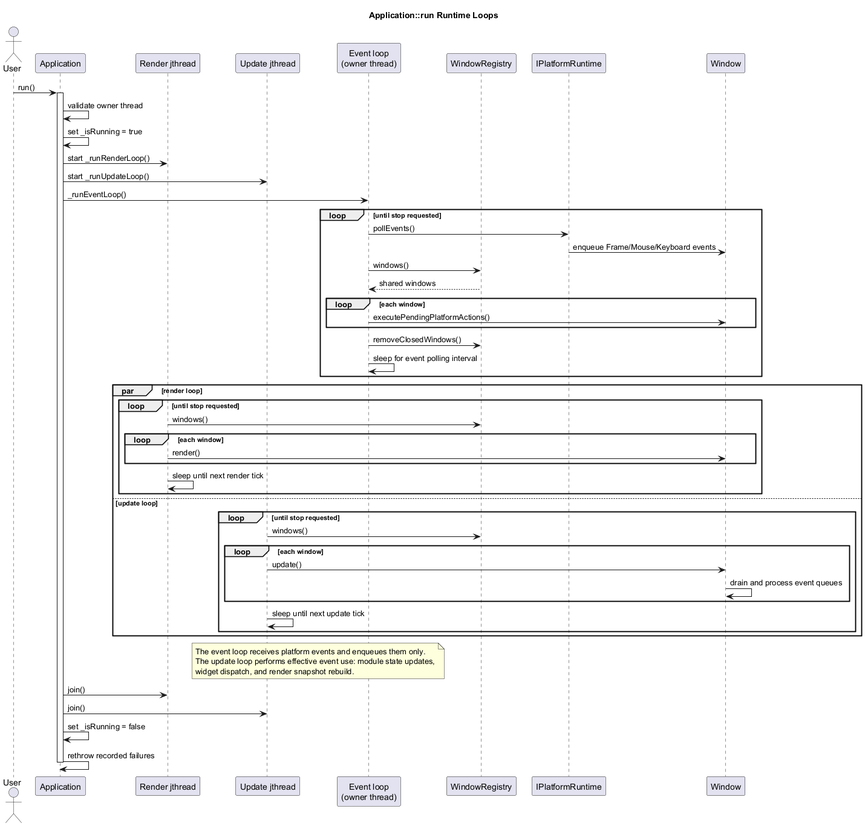
This is documentation/architecture/diagrams/application-run-sequence.png from Hyarius/Sparkle, a PlantUML export, as it was before one commit.
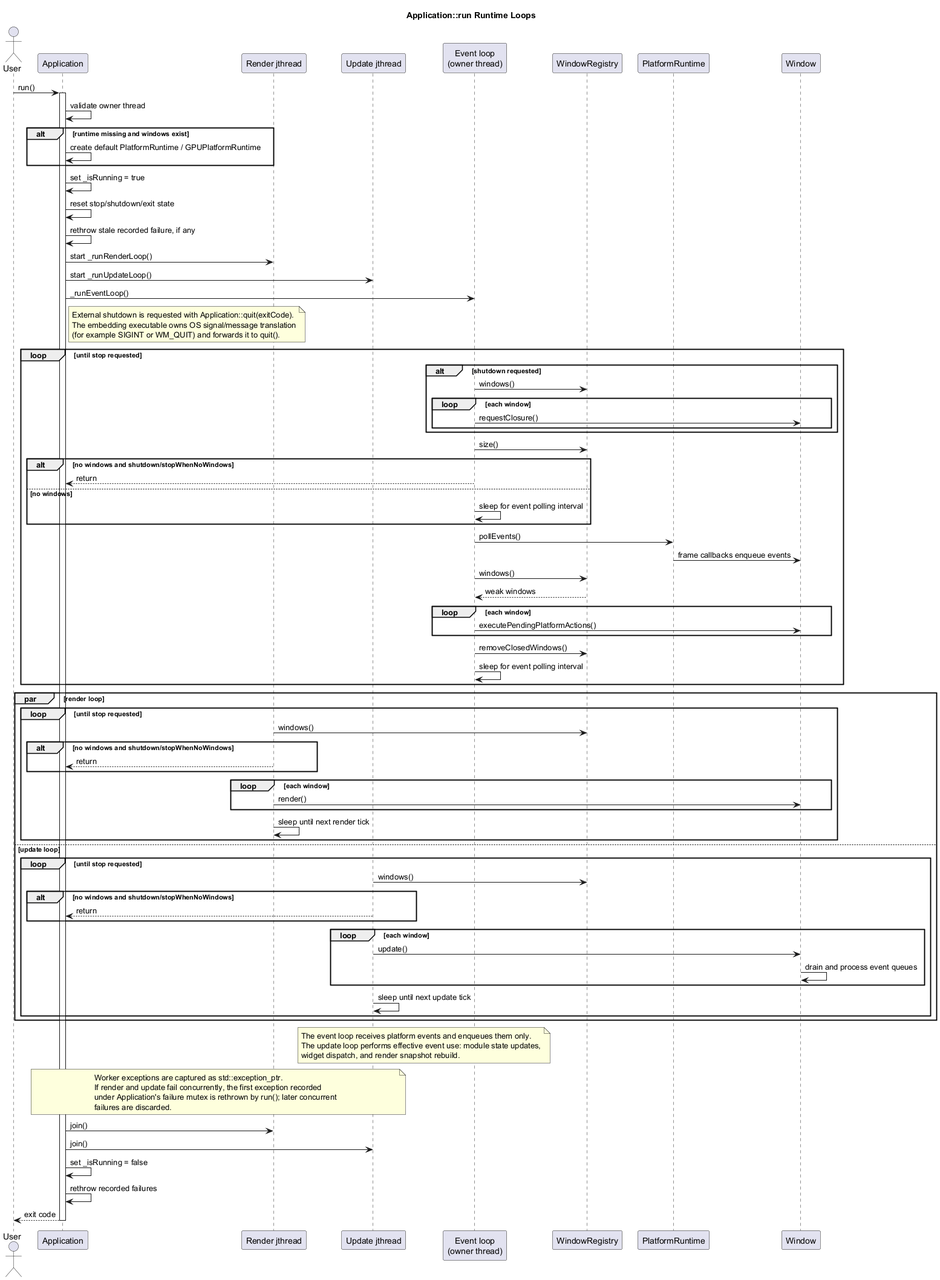
Later version of the same file.

Change to the diagram source:
```diff
@@ -9,22 +9,45 @@
 participant "Update jthread" as UpdateThread
 participant "Event loop\n(owner thread)" as EventLoop
 participant "WindowRegistry" as Registry
-participant "IPlatformRuntime" as Platform
+participant "PlatformRuntime" as Platform
 participant "Window" as Window
 
 User -> App : run()
 activate App
 App -> App : validate owner thread
+alt runtime missing and windows exist
+	App -> App : create default PlatformRuntime / GPUPlatformRuntime
+end
 App -> App : set _isRunning = true
+App -> App : reset stop/shutdown/exit state
+App -> App : rethrow stale recorded failure, if any
 App -> RenderThread : start _runRenderLoop()
 App -> UpdateThread : start _runUpdateLoop()
 App -> EventLoop : _runEventLoop()
 
+note right of App
+External shutdown is requested with Application::quit(exitCode).
+The embedding executable owns OS signal/message translation
+(for example SIGINT or WM_QUIT) and forwards it to quit().
+end note
+
 loop until stop requested
+	alt shutdown requested
+		EventLoop -> Registry : windows()
+		loop each window
+			EventLoop -> Window : requestClosure()
+		end
+	end
+	EventLoop -> Registry : size()
+	alt no windows and shutdown/stopWhenNoWindows
+		EventLoop --> App : return
+	else no windows
+		EventLoop -> EventLoop : sleep for event polling interval
+	end
 	EventLoop -> Platform : pollEvents()
-	Platform -> Window : enqueue Frame/Mouse/Keyboard events
+	Platform -> Window : frame callbacks enqueue events
 	EventLoop -> Registry : windows()
-	Registry --> EventLoop : shared windows
+	Registry --> EventLoop : weak windows
 	loop each window
 		EventLoop -> Window : executePendingPlatformActions()
 	end
@@ -35,6 +58,9 @@
 par render loop
 	loop until stop requested
 		RenderThread -> Registry : windows()
+		alt no windows and shutdown/stopWhenNoWindows
+			RenderThread --> App : return
+		end
 		loop each window
 			RenderThread -> Window : render()
 		end
@@ -43,6 +69,9 @@
 else update loop
 	loop until stop requested
 		UpdateThread -> Registry : windows()
+		alt no windows and shutdown/stopWhenNoWindows
+			UpdateThread --> App : return
+		end
 		loop each window
 			UpdateThread -> Window : update()
 			Window -> Window : drain and process event queues
@@ -57,10 +86,18 @@
 widget dispatch, and render snapshot rebuild.
 end note
 
+note over App,UpdateThread
+Worker exceptions are captured as std::exception_ptr.
+If render and update fail concurrently, the first exception recorded
+under Application's failure mutex is rethrown by run(); later concurrent
+failures are discarded.
+end note
+
 App -> RenderThread : join()
 App -> UpdateThread : join()
 App -> App : set _isRunning = false
 App -> App : rethrow recorded failures
+App --> User : exit code
 deactivate App
 
 @enduml
```
